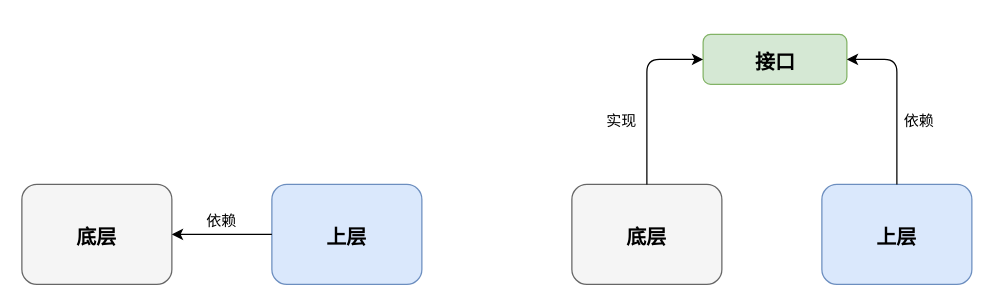
The draw.io diagram dip.drawio in yongxinz/tech-blog, before the edit. Source tidied: cells renumbered, new cells numbered last; positions are measured from the earlier drawing's top-left corner, leaving out a move shared by most shapes. Both pictures are drawn from the tidied source at 125%, with x=0, y=0 at pixel (21, 34).
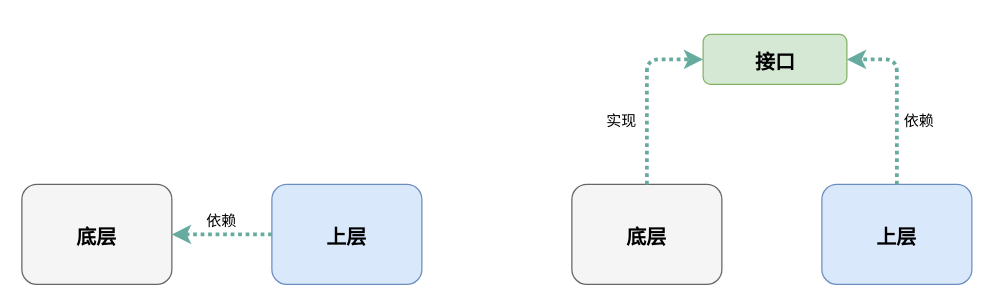
The same diagram, later.

The change refers to these unchanged cells:
```xml
<mxCell id="2" style="rounded=1;whiteSpace=wrap;html=1;fillColor=#f5f5f5;strokeColor=#666666;fontColor=#333333;" parent="1" vertex="1">
  <mxGeometry y="120" width="120" height="80" as="geometry" />
</mxCell>
<mxCell id="3" style="rounded=1;whiteSpace=wrap;html=1;fillColor=#dae8fc;strokeColor=#6c8ebf;" parent="1" vertex="1">
  <mxGeometry x="200" y="120" width="120" height="80" as="geometry" />
</mxCell>
<mxCell id="4" style="rounded=1;whiteSpace=wrap;html=1;fillColor=#f5f5f5;strokeColor=#666666;fontColor=#333333;" parent="1" vertex="1">
  <mxGeometry x="440" y="120" width="120" height="80" as="geometry" />
</mxCell>
<mxCell id="5" style="rounded=1;whiteSpace=wrap;html=1;fillColor=#dae8fc;strokeColor=#6c8ebf;" parent="1" vertex="1">
  <mxGeometry x="640" y="120" width="120" height="80" as="geometry" />
</mxCell>
<mxCell id="12" style="rounded=1;whiteSpace=wrap;html=1;fillColor=#d5e8d4;strokeColor=#82b366;" parent="1" vertex="1">
  <mxGeometry x="545" width="115" height="40" as="geometry" />
</mxCell>
```

Change to the diagram source:
```diff
@@
-    <mxCell id="10" style="endArrow=classic;html=1;exitX=0;exitY=0.5;exitDx=0;exitDy=0;entryX=1;entryY=0.5;entryDx=0;entryDy=0;" parent="1" edge="1" source="3" target="2">
+    <mxCell id="10" style="endArrow=classic;html=1;exitX=0;exitY=0.5;exitDx=0;exitDy=0;entryX=1;entryY=0.5;entryDx=0;entryDy=0;dashed=1;dashPattern=1 1;strokeWidth=3;strokeColor=#67AB9F;" parent="1" edge="1" source="3" target="2">
       <mxGeometry relative="1" as="geometry" />
     </mxCell>
@@
-    <mxCell id="14" style="endArrow=classic;html=1;exitX=0.5;exitY=0;exitDx=0;exitDy=0;entryX=0;entryY=0.5;entryDx=0;entryDy=0;" parent="1" edge="1" source="4" target="12">
+    <mxCell id="14" style="endArrow=classic;html=1;exitX=0.5;exitY=0;exitDx=0;exitDy=0;entryX=0;entryY=0.5;entryDx=0;entryDy=0;dashed=1;strokeWidth=3;dashPattern=1 1;strokeColor=#67AB9F;" parent="1" edge="1" source="4" target="12">
       <mxGeometry relative="1" as="geometry">
         <Array as="points">
           <mxPoint x="500" y="20" />
         </Array>
       </mxGeometry>
     </mxCell>
-    <mxCell id="15" style="endArrow=classic;html=1;exitX=0.5;exitY=0;exitDx=0;exitDy=0;entryX=1;entryY=0.5;entryDx=0;entryDy=0;" parent="1" edge="1" source="5" target="12">
+    <mxCell id="15" style="endArrow=classic;html=1;exitX=0.5;exitY=0;exitDx=0;exitDy=0;entryX=1;entryY=0.5;entryDx=0;entryDy=0;dashed=1;dashPattern=1 1;strokeWidth=3;strokeColor=#67AB9F;" parent="1" edge="1" source="5" target="12">
       <mxGeometry relative="1" as="geometry">
         <Array as="points">
           <mxPoint x="700" y="20" />
         </Array>
       </mxGeometry>
     </mxCell>
```
